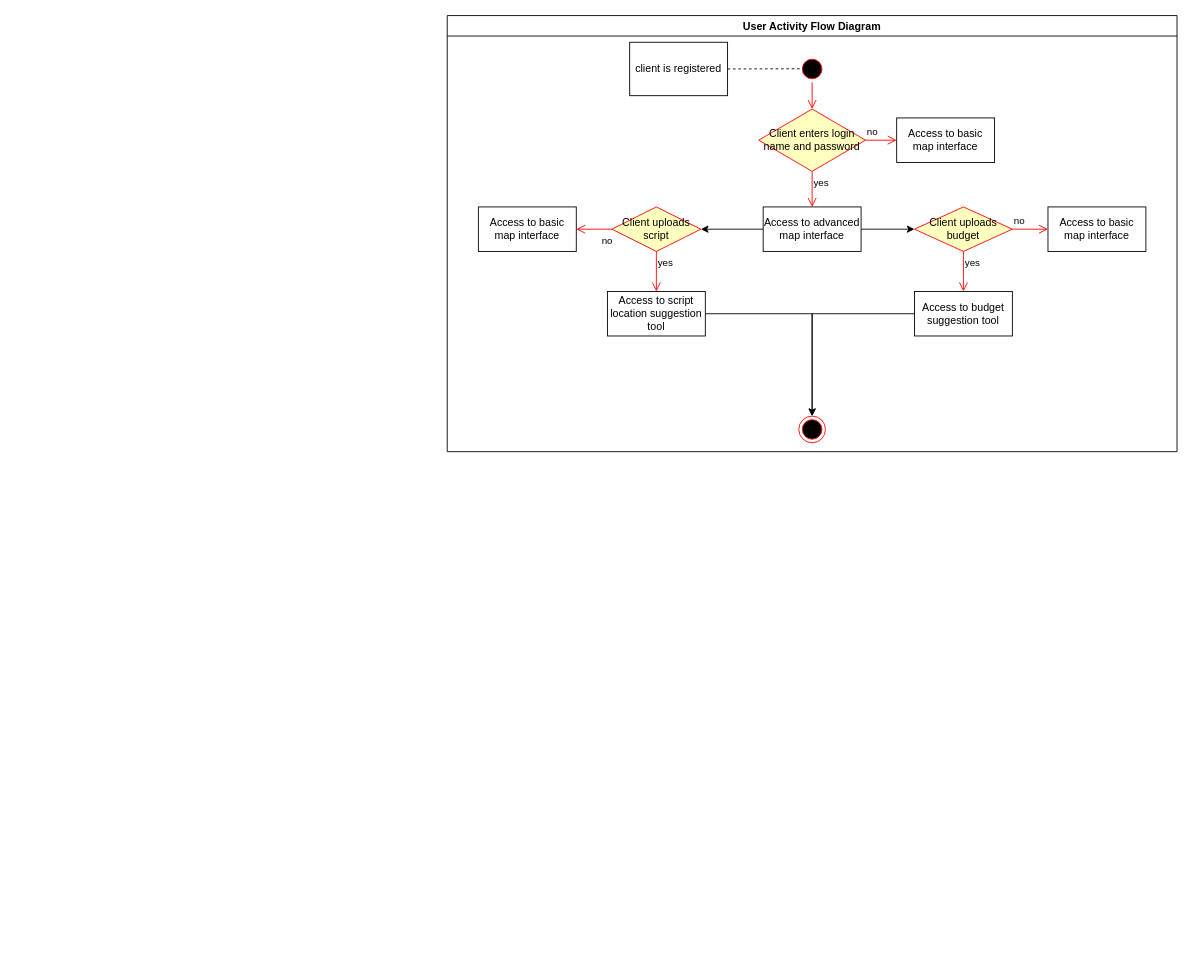
This is UML Activity Diagram.drawio from Ibrahim-Screencrib/AI-Line-Producer, a draw.io file, before an edit. Source tidied: cells renumbered, new cells numbered last; positions are measured from the earlier drawing's top-left corner, leaving out a move shared by most shapes. Both pictures are drawn from the tidied source at 89%, with x=0, y=0 at pixel (447, 15).
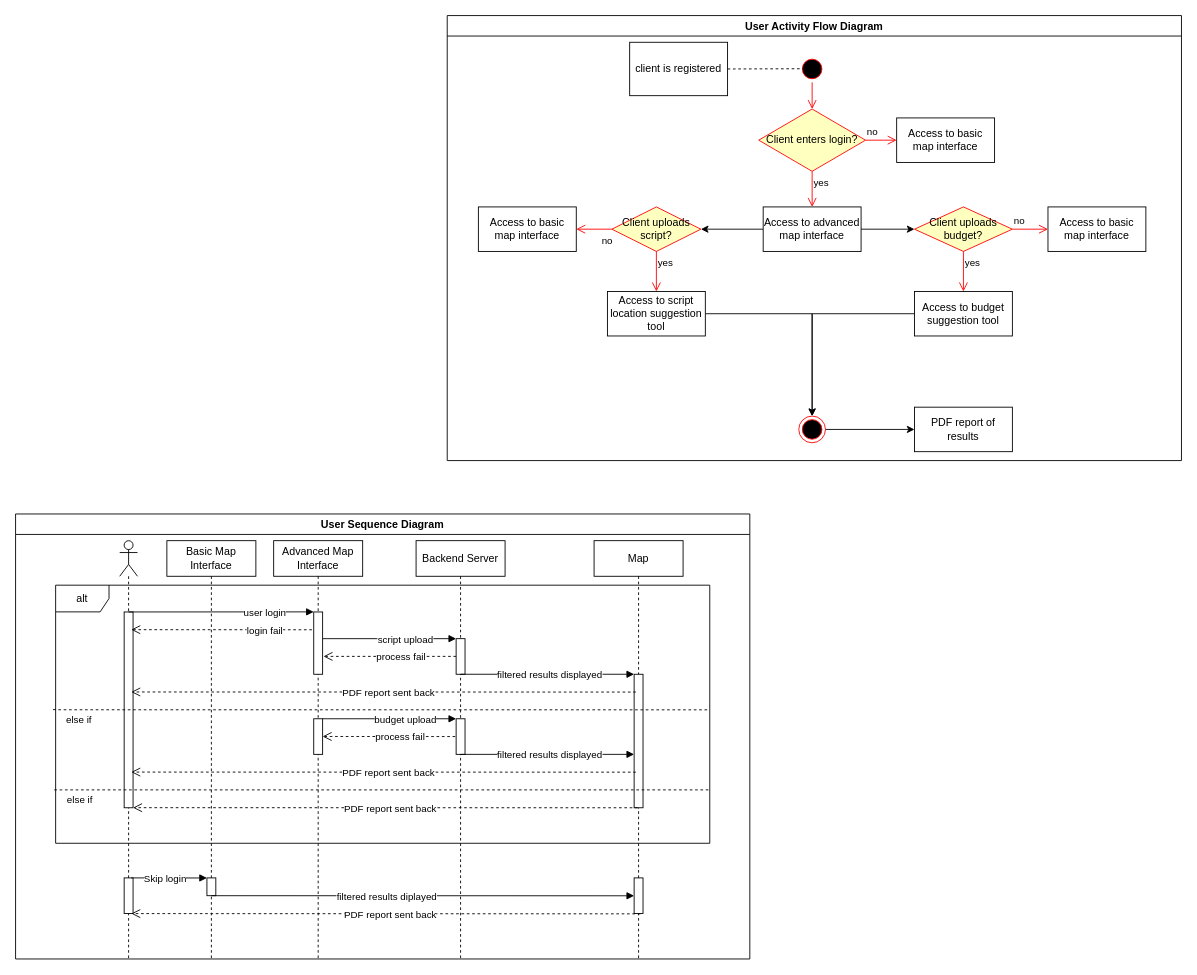
The same page after the edit.

The change refers to these unchanged cells:
```xml
<mxCell id="25" style="ellipse;html=1;shape=endState;fillColor=#000000;strokeColor=#ff0000;" parent="1" vertex="1">
  <mxGeometry x="395" y="450" width="30" height="30" as="geometry" />
</mxCell>
```

Diff of the diagram source:
```diff
@@
-    <mxCell id="4" value="Client enters login &lt;br&gt;name and password" style="rhombus;whiteSpace=wrap;html=1;fontColor=#000000;fillColor=#ffffc0;strokeColor=#ff0000;" parent="1" vertex="1">
+    <mxCell id="4" value="Client enters login?" style="rhombus;whiteSpace=wrap;html=1;fontColor=#000000;fillColor=#ffffc0;strokeColor=#ff0000;" parent="1" vertex="1">
       <mxGeometry x="350" y="105" width="120" height="70" as="geometry" />
     </mxCell>
@@
-    <mxCell id="13" value="Client uploads script" style="rhombus;whiteSpace=wrap;html=1;fontColor=#000000;fillColor=#ffffc0;strokeColor=#ff0000;" parent="1" vertex="1">
+    <mxCell id="13" value="Client uploads script?" style="rhombus;whiteSpace=wrap;html=1;fontColor=#000000;fillColor=#ffffc0;strokeColor=#ff0000;" parent="1" vertex="1">
       <mxGeometry x="185" y="215" width="100" height="50" as="geometry" />
     </mxCell>
@@
-    <mxCell id="19" value="Client uploads budget" style="rhombus;whiteSpace=wrap;html=1;fontColor=#000000;fillColor=#ffffc0;strokeColor=#ff0000;" parent="1" vertex="1">
+    <mxCell id="19" value="Client uploads budget?" style="rhombus;whiteSpace=wrap;html=1;fontColor=#000000;fillColor=#ffffc0;strokeColor=#ff0000;" parent="1" vertex="1">
       <mxGeometry x="525" y="215" width="110" height="50" as="geometry" />
     </mxCell>
@@
+    <mxCell id="27" style="edgeStyle=orthogonalEdgeStyle;rounded=0;jettySize=auto;html=1;exitX=1;exitY=0.5;exitDx=0;exitDy=0;entryX=0;entryY=0.5;entryDx=0;entryDy=0;" parent="1" edge="1" source="25" target="28">
+      <mxGeometry relative="1" as="geometry" />
+    </mxCell>
@@
     <mxCell id="26" value="User Activity Flow Diagram" style="swimlane;" parent="1" vertex="1">
-      <mxGeometry width="820" height="490" as="geometry" />
+      <mxGeometry width="825" height="500" as="geometry" />
     </mxCell>
+    <mxCell id="28" value="PDF report of results" style="html=1;whiteSpace=wrap;" parent="26" vertex="1">
+      <mxGeometry x="525" y="440" width="110" height="50" as="geometry" />
+    </mxCell>
+    <mxCell id="29" style="shape=umlLifeline;perimeter=lifelinePerimeter;whiteSpace=wrap;html=1;newEdgeStyle={&quot;edgeStyle&quot;:&quot;elbowEdgeStyle&quot;,&quot;elbow&quot;:&quot;vertical&quot;,&quot;curved&quot;:0,&quot;rounded&quot;:0};participant=umlActor;" parent="1" vertex="1">
+      <mxGeometry x="-368" y="590" width="20" height="470" as="geometry" />
+    </mxCell>
+    <mxCell id="30" style="html=1;points=[];perimeter=orthogonalPerimeter;outlineConnect=0;targetShapes=umlLifeline;portConstraint=eastwest;newEdgeStyle={&quot;edgeStyle&quot;:&quot;elbowEdgeStyle&quot;,&quot;elbow&quot;:&quot;vertical&quot;,&quot;curved&quot;:0,&quot;rounded&quot;:0};" parent="29" vertex="1">
+      <mxGeometry x="5" y="80.1" width="10" height="220" as="geometry" />
+    </mxCell>
+    <mxCell id="31" style="html=1;perimeter=orthogonalPerimeter;targetShapes=umlLifeline;newEdgeStyle={&quot;edgeStyle&quot;:&quot;elbowEdgeStyle&quot;,&quot;elbow&quot;:&quot;vertical&quot;,&quot;curved&quot;:0,&quot;rounded&quot;:0};" parent="29" vertex="1">
+      <mxGeometry x="5" y="378.9" width="10" height="40" as="geometry" />
+    </mxCell>
+    <mxCell id="32" value="Backend Server" style="shape=umlLifeline;perimeter=lifelinePerimeter;whiteSpace=wrap;html=1;newEdgeStyle={&quot;edgeStyle&quot;:&quot;elbowEdgeStyle&quot;,&quot;elbow&quot;:&quot;vertical&quot;,&quot;curved&quot;:0,&quot;rounded&quot;:0};" parent="1" vertex="1">
+      <mxGeometry x="-35" y="590" width="100" height="470" as="geometry" />
+    </mxCell>
+    <mxCell id="33" style="html=1;points=[];perimeter=orthogonalPerimeter;outlineConnect=0;targetShapes=umlLifeline;portConstraint=eastwest;newEdgeStyle={&quot;edgeStyle&quot;:&quot;elbowEdgeStyle&quot;,&quot;elbow&quot;:&quot;vertical&quot;,&quot;curved&quot;:0,&quot;rounded&quot;:0};" parent="32" vertex="1">
+      <mxGeometry x="45" y="110.1" width="10" height="40" as="geometry" />
+    </mxCell>
+    <mxCell id="34" style="html=1;perimeter=orthogonalPerimeter;targetShapes=umlLifeline;newEdgeStyle={&quot;edgeStyle&quot;:&quot;elbowEdgeStyle&quot;,&quot;elbow&quot;:&quot;vertical&quot;,&quot;curved&quot;:0,&quot;rounded&quot;:0};" parent="32" vertex="1">
+      <mxGeometry x="45" y="200.1" width="10" height="40" as="geometry" />
+    </mxCell>
+    <mxCell id="35" value="Basic Map Interface" style="shape=umlLifeline;perimeter=lifelinePerimeter;whiteSpace=wrap;html=1;newEdgeStyle={&quot;edgeStyle&quot;:&quot;elbowEdgeStyle&quot;,&quot;elbow&quot;:&quot;vertical&quot;,&quot;curved&quot;:0,&quot;rounded&quot;:0};" parent="1" vertex="1">
+      <mxGeometry x="-315" y="590" width="100" height="470" as="geometry" />
+    </mxCell>
+    <mxCell id="36" style="html=1;points=[];perimeter=orthogonalPerimeter;outlineConnect=0;targetShapes=umlLifeline;portConstraint=eastwest;newEdgeStyle={&quot;edgeStyle&quot;:&quot;elbowEdgeStyle&quot;,&quot;elbow&quot;:&quot;vertical&quot;,&quot;curved&quot;:0,&quot;rounded&quot;:0};" parent="35" vertex="1">
+      <mxGeometry x="45" y="378.9" width="10" height="20" as="geometry" />
+    </mxCell>
+    <mxCell id="37" value="Advanced Map Interface" style="shape=umlLifeline;perimeter=lifelinePerimeter;whiteSpace=wrap;html=1;newEdgeStyle={&quot;edgeStyle&quot;:&quot;elbowEdgeStyle&quot;,&quot;elbow&quot;:&quot;vertical&quot;,&quot;curved&quot;:0,&quot;rounded&quot;:0};" parent="1" vertex="1">
+      <mxGeometry x="-195" y="590" width="100" height="470" as="geometry" />
+    </mxCell>
+    <mxCell id="38" style="html=1;points=[];perimeter=orthogonalPerimeter;outlineConnect=0;targetShapes=umlLifeline;portConstraint=eastwest;newEdgeStyle={&quot;edgeStyle&quot;:&quot;elbowEdgeStyle&quot;,&quot;elbow&quot;:&quot;vertical&quot;,&quot;curved&quot;:0,&quot;rounded&quot;:0};" parent="37" vertex="1">
+      <mxGeometry x="45" y="80.1" width="10" height="70" as="geometry" />
+    </mxCell>
+    <mxCell id="39" style="html=1;perimeter=orthogonalPerimeter;targetShapes=umlLifeline;newEdgeStyle={&quot;edgeStyle&quot;:&quot;elbowEdgeStyle&quot;,&quot;elbow&quot;:&quot;vertical&quot;,&quot;curved&quot;:0,&quot;rounded&quot;:0};" parent="37" vertex="1">
+      <mxGeometry x="45" y="200.1" width="10" height="40" as="geometry" />
+    </mxCell>
+    <mxCell id="40" value="user login" style="html=1;verticalAlign=bottom;endArrow=block;edgeStyle=elbowEdgeStyle;elbow=vertical;curved=0;rounded=0;" parent="1" edge="1" source="30">
+      <mxGeometry x="0.47" y="-10" relative="1" as="geometry">
+        <mxPoint x="-150" y="670.1" as="targetPoint" />
+      </mxGeometry>
+    </mxCell>
+    <mxCell id="41" value="script upload" style="html=1;verticalAlign=bottom;endArrow=block;edgeStyle=elbowEdgeStyle;elbow=vertical;curved=0;rounded=0;" parent="1" edge="1" source="38" target="33">
+      <mxGeometry x="0.24" y="-10" relative="1" as="geometry">
+        <Array as="points">
+          <mxPoint x="-135" y="700.1" />
+        </Array>
+      </mxGeometry>
+    </mxCell>
+    <mxCell id="42" value="login fail" style="html=1;verticalAlign=bottom;endArrow=open;dashed=1;endSize=8;edgeStyle=elbowEdgeStyle;elbow=vertical;curved=0;rounded=0;" parent="1" edge="1">
+      <mxGeometry x="-0.48" y="10" relative="1" as="geometry">
+        <mxPoint x="-152" y="690.1" as="sourcePoint" />
+        <mxPoint x="-355" y="690.1" as="targetPoint" />
+      </mxGeometry>
+    </mxCell>
+    <mxCell id="43" value="process fail" style="html=1;verticalAlign=bottom;endArrow=open;dashed=1;endSize=8;edgeStyle=elbowEdgeStyle;elbow=vertical;curved=0;rounded=0;" parent="1" edge="1" source="33">
+      <mxGeometry x="-0.17" y="10" relative="1" as="geometry">
+        <mxPoint x="-139" y="720.1" as="targetPoint" />
+      </mxGeometry>
+    </mxCell>
+    <mxCell id="44" value="budget upload" style="html=1;verticalAlign=bottom;endArrow=block;edgeStyle=elbowEdgeStyle;elbow=vertical;curved=0;rounded=0;" parent="1" edge="1">
+      <mxGeometry x="0.24" y="-10" relative="1" as="geometry">
+        <mxPoint x="-140" y="790.1" as="sourcePoint" />
+        <mxPoint x="10" y="790.1" as="targetPoint" />
+        <Array as="points">
+          <mxPoint x="-135" y="790.1" />
+        </Array>
+      </mxGeometry>
+    </mxCell>
+    <mxCell id="45" value="process fail" style="html=1;verticalAlign=bottom;endArrow=open;dashed=1;endSize=8;edgeStyle=elbowEdgeStyle;elbow=vertical;curved=0;rounded=0;" parent="1" edge="1">
+      <mxGeometry x="-0.17" y="10" relative="1" as="geometry">
+        <mxPoint x="9" y="810.1" as="sourcePoint" />
+        <mxPoint x="-140" y="810.1" as="targetPoint" />
+      </mxGeometry>
+    </mxCell>
+    <mxCell id="46" value="Map" style="shape=umlLifeline;perimeter=lifelinePerimeter;whiteSpace=wrap;html=1;newEdgeStyle={&quot;edgeStyle&quot;:&quot;elbowEdgeStyle&quot;,&quot;elbow&quot;:&quot;vertical&quot;,&quot;curved&quot;:0,&quot;rounded&quot;:0};" parent="1" vertex="1">
+      <mxGeometry x="165" y="590" width="100" height="470" as="geometry" />
+    </mxCell>
+    <mxCell id="47" style="html=1;points=[];perimeter=orthogonalPerimeter;outlineConnect=0;targetShapes=umlLifeline;portConstraint=eastwest;newEdgeStyle={&quot;edgeStyle&quot;:&quot;elbowEdgeStyle&quot;,&quot;elbow&quot;:&quot;vertical&quot;,&quot;curved&quot;:0,&quot;rounded&quot;:0};" parent="46" vertex="1">
+      <mxGeometry x="45" y="150.1" width="10" height="150" as="geometry" />
+    </mxCell>
+    <mxCell id="48" style="html=1;points=[];perimeter=orthogonalPerimeter;outlineConnect=0;targetShapes=umlLifeline;portConstraint=eastwest;newEdgeStyle={&quot;edgeStyle&quot;:&quot;elbowEdgeStyle&quot;,&quot;elbow&quot;:&quot;vertical&quot;,&quot;curved&quot;:0,&quot;rounded&quot;:0};" parent="46" vertex="1">
+      <mxGeometry x="45" y="378.9" width="10" height="40" as="geometry" />
+    </mxCell>
+    <mxCell id="49" value="filtered results displayed" style="html=1;verticalAlign=bottom;endArrow=block;edgeStyle=elbowEdgeStyle;elbow=vertical;curved=0;rounded=0;" parent="1" edge="1" target="47">
+      <mxGeometry x="0.03" y="-10" relative="1" as="geometry">
+        <mxPoint x="15" y="740.1" as="sourcePoint" />
+        <Array as="points">
+          <mxPoint x="20" y="740.1" />
+        </Array>
+      </mxGeometry>
+    </mxCell>
+    <mxCell id="50" value="filtered results displayed" style="html=1;verticalAlign=bottom;endArrow=block;edgeStyle=elbowEdgeStyle;elbow=vertical;curved=0;rounded=0;" parent="1" edge="1">
+      <mxGeometry x="0.03" y="-10" relative="1" as="geometry">
+        <mxPoint x="15" y="830.1" as="sourcePoint" />
+        <mxPoint x="210" y="830.1" as="targetPoint" />
+        <Array as="points">
+          <mxPoint x="20" y="830.1" />
+        </Array>
+      </mxGeometry>
+    </mxCell>
+    <mxCell id="51" value="PDF report sent back" style="html=1;verticalAlign=bottom;endArrow=open;dashed=1;endSize=8;edgeStyle=elbowEdgeStyle;elbow=vertical;curved=0;rounded=0;" parent="1" edge="1">
+      <mxGeometry x="-0.02" y="10" relative="1" as="geometry">
+        <mxPoint x="214" y="890.1" as="sourcePoint" />
+        <mxPoint x="-353" y="890.2" as="targetPoint" />
+      </mxGeometry>
+    </mxCell>
+    <mxCell id="52" value="Skip login" style="html=1;verticalAlign=bottom;endArrow=block;edgeStyle=elbowEdgeStyle;elbow=vertical;curved=0;rounded=0;" parent="1" edge="1" target="36">
+      <mxGeometry x="-0.11" y="-10" relative="1" as="geometry">
+        <mxPoint x="-355" y="968.9" as="sourcePoint" />
+      </mxGeometry>
+    </mxCell>
+    <mxCell id="53" value="filtered results diplayed" style="html=1;verticalAlign=bottom;endArrow=block;edgeStyle=elbowEdgeStyle;elbow=vertical;curved=0;rounded=0;" parent="1" edge="1" target="48">
+      <mxGeometry x="-0.17" y="-10" relative="1" as="geometry">
+        <mxPoint x="-265" y="988.9" as="sourcePoint" />
+      </mxGeometry>
+    </mxCell>
+    <mxCell id="54" value="PDF report sent back" style="html=1;verticalAlign=bottom;endArrow=open;dashed=1;endSize=8;edgeStyle=elbowEdgeStyle;elbow=vertical;curved=0;rounded=0;" parent="1" edge="1">
+      <mxGeometry x="-0.02" y="10" relative="1" as="geometry">
+        <mxPoint x="217" y="1009.3" as="sourcePoint" />
+        <mxPoint x="-355" y="1009.3" as="targetPoint" />
+      </mxGeometry>
+    </mxCell>
+    <mxCell id="55" value="PDF report sent back" style="html=1;verticalAlign=bottom;endArrow=open;dashed=1;endSize=8;edgeStyle=elbowEdgeStyle;elbow=vertical;curved=0;rounded=0;" parent="1" edge="1">
+      <mxGeometry x="-0.02" y="10" relative="1" as="geometry">
+        <mxPoint x="212" y="760.1" as="sourcePoint" />
+        <mxPoint x="-355" y="760.2" as="targetPoint" />
+      </mxGeometry>
+    </mxCell>
+    <mxCell id="56" value="PDF report sent back" style="html=1;verticalAlign=bottom;endArrow=open;dashed=1;endSize=8;edgeStyle=elbowEdgeStyle;elbow=vertical;curved=0;rounded=0;" parent="1" edge="1">
+      <mxGeometry x="-0.02" y="10" relative="1" as="geometry">
+        <mxPoint x="212" y="850.1" as="sourcePoint" />
+        <mxPoint x="-355" y="850.2" as="targetPoint" />
+      </mxGeometry>
+    </mxCell>
+    <mxCell id="57" value="alt" style="shape=umlFrame;whiteSpace=wrap;html=1;" parent="1" vertex="1">
+      <mxGeometry x="-440" y="640" width="735" height="290" as="geometry" />
+    </mxCell>
+    <mxCell id="58" style="endArrow=none;dashed=1;html=1;rounded=0;exitX=-0.004;exitY=0.482;exitDx=0;exitDy=0;exitPerimeter=0;entryX=1;entryY=0.483;entryDx=0;entryDy=0;entryPerimeter=0;" parent="1" edge="1" source="57" target="57">
+      <mxGeometry relative="1" as="geometry">
+        <Array as="points">
+          <mxPoint x="-435" y="780" />
+        </Array>
+      </mxGeometry>
+    </mxCell>
+    <mxCell id="59" value="else if" style="edgeLabel;html=1;align=center;verticalAlign=middle;" parent="58" vertex="1">
+      <mxGeometry x="-0.92" y="-4" relative="1" as="geometry">
+        <mxPoint x="-2" y="6" as="offset" />
+      </mxGeometry>
+    </mxCell>
+    <mxCell id="60" style="endArrow=none;dashed=1;html=1;rounded=0;exitX=-0.004;exitY=0.482;exitDx=0;exitDy=0;exitPerimeter=0;entryX=1;entryY=0.483;entryDx=0;entryDy=0;entryPerimeter=0;" parent="1" edge="1">
+      <mxGeometry relative="1" as="geometry">
+        <mxPoint x="-441.5" y="870" as="sourcePoint" />
+        <mxPoint x="296.5" y="870" as="targetPoint" />
+        <Array as="points">
+          <mxPoint x="-433.5" y="870" />
+        </Array>
+      </mxGeometry>
+    </mxCell>
+    <mxCell id="61" value="else if" style="edgeLabel;html=1;align=center;verticalAlign=middle;" parent="60" vertex="1">
+      <mxGeometry x="-0.92" y="-4" relative="1" as="geometry">
+        <mxPoint x="-2" y="6" as="offset" />
+      </mxGeometry>
+    </mxCell>
+    <mxCell id="62" value="User Sequence Diagram" style="swimlane;" parent="1" vertex="1">
+      <mxGeometry x="-485" y="560" width="825" height="500" as="geometry" />
+    </mxCell>
```
